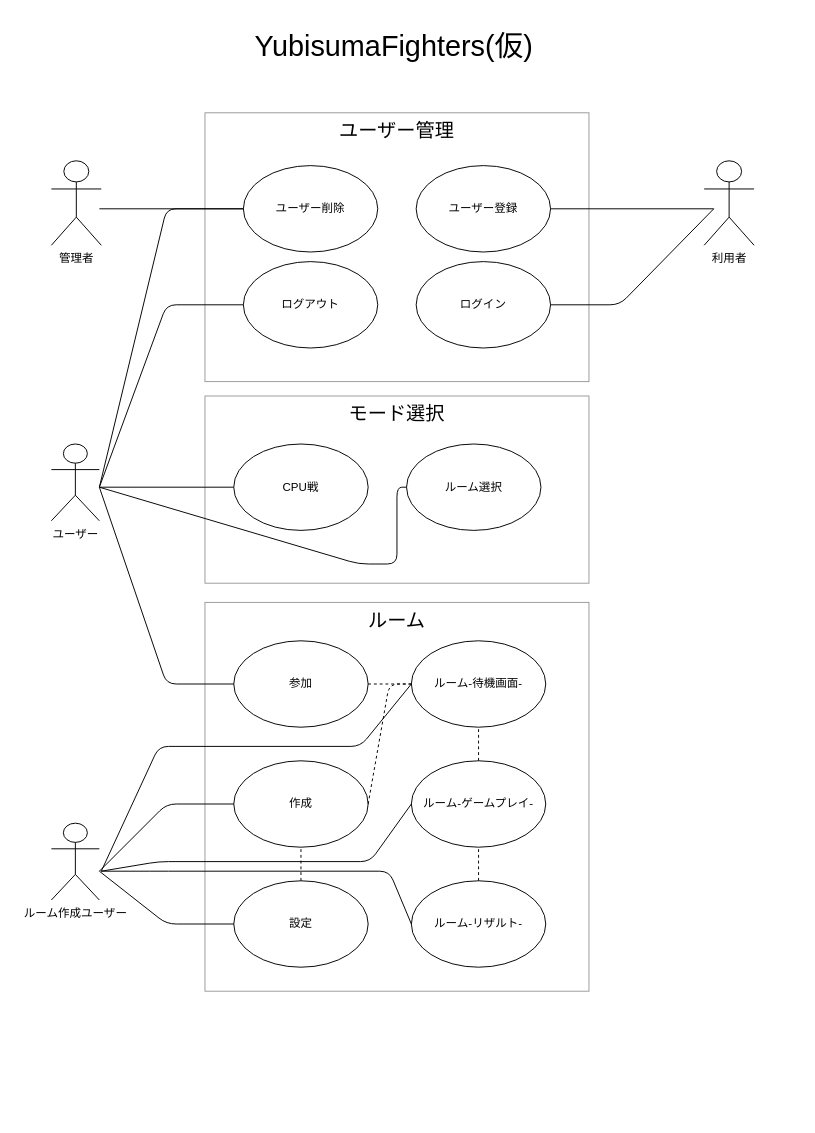
The draw.io diagram page "Page-1" (1 of 2) of yubisuma.drawio in netWork2019WinterMan/netWork2019WinterMan, before the edit. Source tidied: cells renumbered, new cells numbered last; positions are measured from the earlier drawing's top-left corner, leaving out a move shared by most shapes. Both pictures are drawn from the tidied source at 96%, with x=0, y=0 at pixel (51, 26).
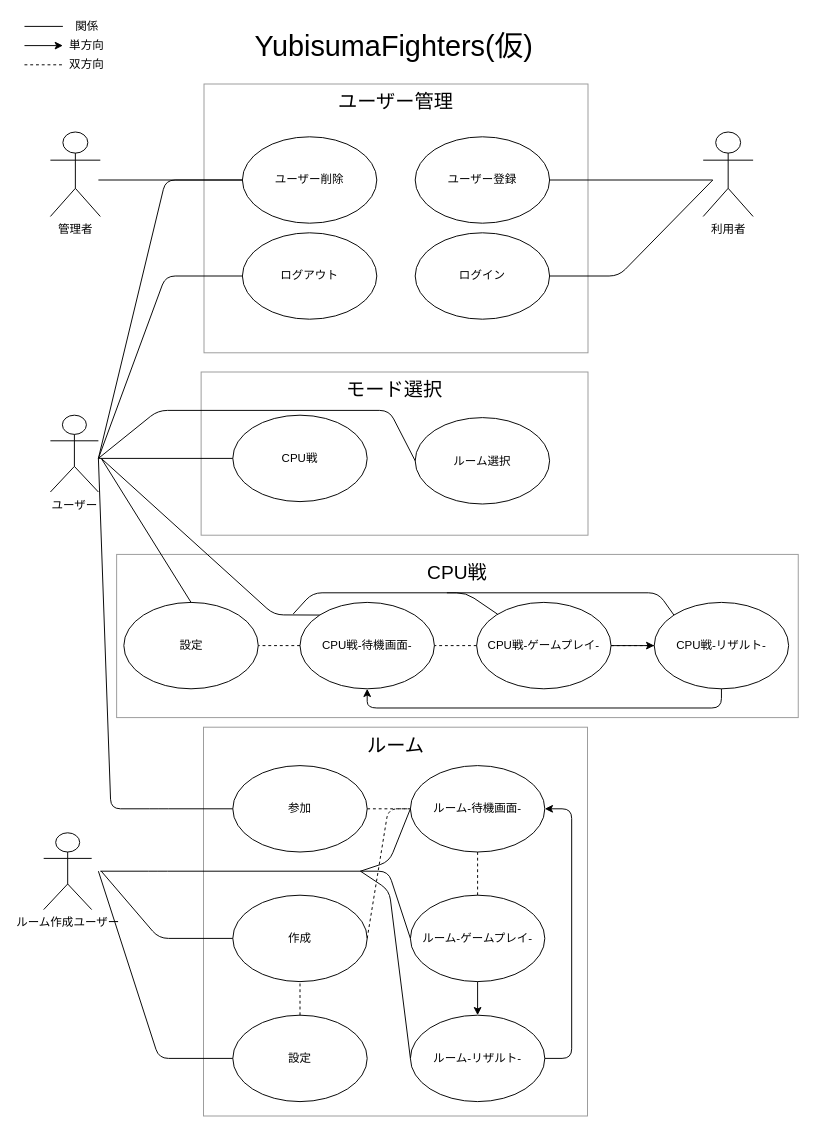
After the change.

Commit message:
追加された yubisuma.drawio

Change to the diagram source:
```diff
@@
     <mxCell id="2" value="&lt;font style=&quot;font-size: 20px&quot;&gt;ユーザー管理&lt;/font&gt;" style="rounded=0;whiteSpace=wrap;html=1;align=center;opacity=40;verticalAlign=top;" parent="1" vertex="1">
-      <mxGeometry x="160" y="90" width="400" height="280" as="geometry" />
+      <mxGeometry x="159" y="60" width="400" height="280" as="geometry" />
     </mxCell>
     <mxCell id="3" value="ログイン" style="ellipse;whiteSpace=wrap;html=1;" parent="1" vertex="1">
-      <mxGeometry x="380" y="245" width="140" height="90" as="geometry" />
+      <mxGeometry x="379" y="215" width="140" height="90" as="geometry" />
     </mxCell>
     <mxCell id="4" value="ログアウト" style="ellipse;whiteSpace=wrap;html=1;" parent="1" vertex="1">
-      <mxGeometry x="200" y="245" width="140" height="90" as="geometry" />
+      <mxGeometry x="199" y="215" width="140" height="90" as="geometry" />
     </mxCell>
     <mxCell id="5" value="ユーザー登録" style="ellipse;whiteSpace=wrap;html=1;" parent="1" vertex="1">
-      <mxGeometry x="380" y="145" width="140" height="90" as="geometry" />
+      <mxGeometry x="379" y="115" width="140" height="90" as="geometry" />
     </mxCell>
     <mxCell id="6" style="endArrow=none;html=1;entryX=0;entryY=0.5;entryDx=0;entryDy=0;" parent="1" edge="1" target="4">
       <mxGeometry relative="1" as="geometry">
-        <mxPoint x="50" y="480" as="sourcePoint" />
+        <mxPoint x="49" y="450" as="sourcePoint" />
         <Array as="points">
-          <mxPoint x="120" y="290" />
+          <mxPoint x="119" y="260" />
         </Array>
       </mxGeometry>
     </mxCell>
     <mxCell id="7" value="利用者" style="shape=umlActor;verticalLabelPosition=bottom;labelBackgroundColor=#ffffff;verticalAlign=top;html=1;" parent="1" vertex="1">
-      <mxGeometry x="680" y="140" width="52" height="88" as="geometry" />
+      <mxGeometry x="679" y="110" width="52" height="88" as="geometry" />
     </mxCell>
     <mxCell id="8" style="endArrow=none;html=1;entryX=1;entryY=0.5;entryDx=0;entryDy=0;" parent="1" edge="1" target="5">
       <mxGeometry relative="1" as="geometry">
-        <mxPoint x="690" y="190" as="sourcePoint" />
+        <mxPoint x="689" y="160" as="sourcePoint" />
       </mxGeometry>
     </mxCell>
     <mxCell id="9" style="endArrow=none;html=1;entryX=1;entryY=0.5;entryDx=0;entryDy=0;" parent="1" edge="1" target="3">
       <mxGeometry relative="1" as="geometry">
-        <mxPoint x="690" y="190" as="sourcePoint" />
+        <mxPoint x="689" y="160" as="sourcePoint" />
         <Array as="points">
-          <mxPoint x="592" y="290" />
+          <mxPoint x="591" y="260" />
         </Array>
       </mxGeometry>
     </mxCell>
     <mxCell id="10" value="ユーザー削除" style="ellipse;whiteSpace=wrap;html=1;" parent="1" vertex="1">
-      <mxGeometry x="200" y="145" width="140" height="90" as="geometry" />
+      <mxGeometry x="199" y="115" width="140" height="90" as="geometry" />
     </mxCell>
     <mxCell id="11" style="endArrow=none;html=1;entryX=0;entryY=0.5;entryDx=0;entryDy=0;" parent="1" edge="1" target="10">
       <mxGeometry relative="1" as="geometry">
-        <mxPoint x="50" y="480" as="sourcePoint" />
+        <mxPoint x="49" y="450" as="sourcePoint" />
         <Array as="points">
-          <mxPoint x="120" y="190" />
+          <mxPoint x="119" y="160" />
         </Array>
       </mxGeometry>
     </mxCell>
@@
     <mxCell id="13" value="ユーザー" style="shape=umlActor;verticalLabelPosition=bottom;labelBackgroundColor=#ffffff;verticalAlign=top;html=1;" parent="1" vertex="1">
-      <mxGeometry y="435" width="50" height="80" as="geometry" />
+      <mxGeometry x="-1" y="405" width="50" height="80" as="geometry" />
     </mxCell>
     <mxCell id="14" value="&lt;span style=&quot;font-size: 20px&quot;&gt;モード選択&lt;/span&gt;" style="rounded=0;whiteSpace=wrap;html=1;align=center;opacity=40;verticalAlign=top;" parent="1" vertex="1">
-      <mxGeometry x="160" y="385" width="400" height="195" as="geometry" />
+      <mxGeometry x="156" y="360" width="403" height="170" as="geometry" />
     </mxCell>
     <mxCell id="15" value="ルーム選択" style="ellipse;whiteSpace=wrap;html=1;" parent="1" vertex="1">
-      <mxGeometry x="370" y="435" width="140" height="90" as="geometry" />
+      <mxGeometry x="379" y="407.5" width="140" height="90" as="geometry" />
     </mxCell>
     <mxCell id="16" value="CPU戦" style="ellipse;whiteSpace=wrap;html=1;" parent="1" vertex="1">
-      <mxGeometry x="190" y="435" width="140" height="90" as="geometry" />
+      <mxGeometry x="189" y="405" width="140" height="90" as="geometry" />
     </mxCell>
     <mxCell id="17" style="endArrow=none;html=1;entryX=0;entryY=0.5;entryDx=0;entryDy=0;" parent="1" edge="1" target="16">
       <mxGeometry relative="1" as="geometry">
-        <mxPoint x="50" y="480" as="sourcePoint" />
+        <mxPoint x="49" y="450" as="sourcePoint" />
       </mxGeometry>
     </mxCell>
     <mxCell id="18" value="管理者" style="shape=umlActor;verticalLabelPosition=bottom;labelBackgroundColor=#ffffff;verticalAlign=top;html=1;" parent="1" vertex="1">
-      <mxGeometry y="140" width="52" height="88" as="geometry" />
+      <mxGeometry x="-1" y="110" width="52" height="88" as="geometry" />
     </mxCell>
-    <mxCell id="19" style="endArrow=none;html=1;" parent="1" edge="1">
+    <mxCell id="19" style="endArrow=none;html=1;exitX=0;exitY=0.5;exitDx=0;exitDy=0;" parent="1" edge="1" source="15">
       <mxGeometry relative="1" as="geometry">
-        <mxPoint x="370" y="480" as="sourcePoint" />
-        <mxPoint x="50" y="480" as="targetPoint" />
+        <mxPoint x="49" y="450" as="targetPoint" />
         <Array as="points">
-          <mxPoint x="360" y="480" />
-          <mxPoint x="360" y="560" />
-          <mxPoint x="320" y="560" />
+          <mxPoint x="352" y="400" />
+          <mxPoint x="111" y="400" />
         </Array>
       </mxGeometry>
     </mxCell>
     <mxCell id="20" style="endArrow=none;html=1;entryX=0;entryY=0.5;entryDx=0;entryDy=0;" parent="1" edge="1" target="10">
       <mxGeometry relative="1" as="geometry">
-        <mxPoint x="50" y="190" as="sourcePoint" />
+        <mxPoint x="49" y="160" as="sourcePoint" />
       </mxGeometry>
     </mxCell>
     <mxCell id="21" value="&lt;span style=&quot;font-size: 20px&quot;&gt;ルーム&lt;/span&gt;" style="rounded=0;whiteSpace=wrap;html=1;align=center;opacity=40;verticalAlign=top;" parent="1" vertex="1">
-      <mxGeometry x="160" y="600" width="400" height="405" as="geometry" />
+      <mxGeometry x="158.5" y="730" width="400" height="405" as="geometry" />
     </mxCell>
     <mxCell id="22" value="作成" style="ellipse;whiteSpace=wrap;html=1;" parent="1" vertex="1">
-      <mxGeometry x="190" y="765" width="140" height="90" as="geometry" />
+      <mxGeometry x="189" y="905" width="140" height="90" as="geometry" />
     </mxCell>
     <mxCell id="23" value="参加" style="ellipse;whiteSpace=wrap;html=1;" parent="1" vertex="1">
-      <mxGeometry x="190" y="640" width="140" height="90" as="geometry" />
+      <mxGeometry x="189" y="770" width="140" height="90" as="geometry" />
     </mxCell>
     <mxCell id="24" style="endArrow=none;html=1;entryX=0;entryY=0.5;entryDx=0;entryDy=0;" parent="1" edge="1" target="23">
       <mxGeometry relative="1" as="geometry">
-        <mxPoint x="50" y="480" as="sourcePoint" />
+        <mxPoint x="49" y="450" as="sourcePoint" />
         <Array as="points">
-          <mxPoint x="120" y="685" />
+          <mxPoint x="62" y="815" />
+          <mxPoint x="112" y="815" />
         </Array>
       </mxGeometry>
     </mxCell>
     <mxCell id="25" value="ルーム作成ユーザー" style="shape=umlActor;verticalLabelPosition=bottom;labelBackgroundColor=#ffffff;verticalAlign=top;html=1;" parent="1" vertex="1">
-      <mxGeometry y="830" width="50" height="80" as="geometry" />
+      <mxGeometry x="-8" y="840" width="50" height="80" as="geometry" />
     </mxCell>
     <mxCell id="26" style="endArrow=none;html=1;entryX=0;entryY=0.5;entryDx=0;entryDy=0;" parent="1" edge="1" target="22">
       <mxGeometry relative="1" as="geometry">
-        <mxPoint x="50" y="880" as="sourcePoint" />
+        <mxPoint x="52" y="880" as="sourcePoint" />
         <Array as="points">
-          <mxPoint x="120" y="810" />
+          <mxPoint x="112" y="950" />
         </Array>
       </mxGeometry>
     </mxCell>
     <mxCell id="27" value="設定" style="ellipse;whiteSpace=wrap;html=1;" parent="1" vertex="1">
-      <mxGeometry x="190" y="890" width="140" height="90" as="geometry" />
+      <mxGeometry x="189" y="1030" width="140" height="90" as="geometry" />
     </mxCell>
     <mxCell id="28" style="endArrow=none;html=1;exitX=0;exitY=0.5;exitDx=0;exitDy=0;" parent="1" edge="1" source="27">
       <mxGeometry relative="1" as="geometry">
-        <mxPoint x="50" y="880" as="targetPoint" />
+        <mxPoint x="49" y="880" as="targetPoint" />
         <Array as="points">
-          <mxPoint x="120" y="935" />
+          <mxPoint x="112" y="1075" />
         </Array>
       </mxGeometry>
     </mxCell>
     <mxCell id="29" value="ルーム-待機画面-" style="ellipse;whiteSpace=wrap;html=1;" parent="1" vertex="1">
-      <mxGeometry x="375" y="640" width="140" height="90" as="geometry" />
+      <mxGeometry x="374" y="770" width="140" height="90" as="geometry" />
     </mxCell>
     <mxCell id="30" style="endArrow=none;dashed=1;html=1;exitX=1;exitY=0.5;exitDx=0;exitDy=0;entryX=0;entryY=0.5;entryDx=0;entryDy=0;" parent="1" edge="1" source="22" target="29">
       <mxGeometry relative="1" as="geometry">
         <Array as="points">
-          <mxPoint x="352" y="685" />
+          <mxPoint x="351" y="815" />
         </Array>
       </mxGeometry>
     </mxCell>
@@
     <mxCell id="33" value="ルーム-ゲームプレイ-" style="ellipse;whiteSpace=wrap;html=1;" parent="1" vertex="1">
-      <mxGeometry x="375" y="765" width="140" height="90" as="geometry" />
+      <mxGeometry x="374" y="905" width="140" height="90" as="geometry" />
     </mxCell>
     <mxCell id="34" value="ルーム-リザルト-" style="ellipse;whiteSpace=wrap;html=1;" parent="1" vertex="1">
-      <mxGeometry x="375" y="890" width="140" height="90" as="geometry" />
+      <mxGeometry x="374" y="1030" width="140" height="90" as="geometry" />
     </mxCell>
@@
-    <mxCell id="36" style="endArrow=none;dashed=1;html=1;entryX=0.5;entryY=1;entryDx=0;entryDy=0;exitX=0.5;exitY=0;exitDx=0;exitDy=0;" parent="1" edge="1" source="34" target="33">
-      <mxGeometry relative="1" as="geometry" />
-    </mxCell>
     <mxCell id="37" style="endArrow=none;html=1;entryX=0;entryY=0.5;entryDx=0;entryDy=0;" parent="1" edge="1" target="29">
       <mxGeometry relative="1" as="geometry">
-        <mxPoint x="52" y="880" as="sourcePoint" />
+        <mxPoint x="322" y="880" as="sourcePoint" />
         <Array as="points">
-          <mxPoint x="112" y="750" />
-          <mxPoint x="322" y="750" />
+          <mxPoint x="352" y="870" />
         </Array>
       </mxGeometry>
     </mxCell>
     <mxCell id="38" style="endArrow=none;html=1;entryX=0;entryY=0.5;entryDx=0;entryDy=0;" parent="1" edge="1" target="33">
       <mxGeometry relative="1" as="geometry">
-        <mxPoint x="52" y="880" as="sourcePoint" />
+        <mxPoint x="51" y="880" as="sourcePoint" />
         <Array as="points">
-          <mxPoint x="112" y="870" />
-          <mxPoint x="332" y="870" />
+          <mxPoint x="111" y="880" />
+          <mxPoint x="351" y="880" />
         </Array>
       </mxGeometry>
     </mxCell>
     <mxCell id="39" style="endArrow=none;html=1;entryX=0;entryY=0.5;entryDx=0;entryDy=0;" parent="1" edge="1" target="34">
       <mxGeometry relative="1" as="geometry">
-        <mxPoint x="52" y="880" as="sourcePoint" />
+        <mxPoint x="322" y="880" as="sourcePoint" />
         <Array as="points">
-          <mxPoint x="112" y="880" />
-          <mxPoint x="352" y="880" />
+          <mxPoint x="352" y="900" />
         </Array>
       </mxGeometry>
     </mxCell>
+    <mxCell id="40" value="&lt;span style=&quot;font-size: 20px&quot;&gt;CPU戦&lt;/span&gt;" style="rounded=0;whiteSpace=wrap;html=1;align=center;opacity=40;verticalAlign=top;" parent="1" vertex="1">
+      <mxGeometry x="68" y="550" width="710" height="170" as="geometry" />
+    </mxCell>
+    <mxCell id="41" value="CPU戦-待機画面-" style="ellipse;whiteSpace=wrap;html=1;" parent="1" vertex="1">
+      <mxGeometry x="259" y="600" width="140" height="90" as="geometry" />
+    </mxCell>
+    <mxCell id="42" value="CPU戦-ゲームプレイ-" style="ellipse;whiteSpace=wrap;html=1;" parent="1" vertex="1">
+      <mxGeometry x="443" y="600" width="140" height="90" as="geometry" />
+    </mxCell>
+    <mxCell id="43" value="CPU戦-リザルト-" style="ellipse;whiteSpace=wrap;html=1;" parent="1" vertex="1">
+      <mxGeometry x="628" y="600" width="140" height="90" as="geometry" />
+    </mxCell>
+    <mxCell id="44" style="endArrow=none;dashed=1;html=1;entryX=1;entryY=0.5;entryDx=0;entryDy=0;exitX=0;exitY=0.5;exitDx=0;exitDy=0;" parent="1" edge="1" source="42" target="41">
+      <mxGeometry relative="1" as="geometry" />
+    </mxCell>
+    <mxCell id="45" style="endArrow=none;dashed=1;html=1;exitX=0;exitY=0.5;exitDx=0;exitDy=0;entryX=1;entryY=0.5;entryDx=0;entryDy=0;" parent="1" edge="1" source="43" target="42">
+      <mxGeometry relative="1" as="geometry" />
+    </mxCell>
+    <mxCell id="46" value="設定" style="ellipse;whiteSpace=wrap;html=1;" parent="1" vertex="1">
+      <mxGeometry x="75.5" y="600" width="140" height="90" as="geometry" />
+    </mxCell>
+    <mxCell id="47" style="endArrow=none;dashed=1;html=1;entryX=1;entryY=0.5;entryDx=0;entryDy=0;exitX=0;exitY=0.5;exitDx=0;exitDy=0;" parent="1" edge="1" source="41" target="46">
+      <mxGeometry relative="1" as="geometry" />
+    </mxCell>
+    <mxCell id="48" style="endArrow=classic;html=1;exitX=0.5;exitY=1;exitDx=0;exitDy=0;" parent="1" edge="1" source="33" target="34">
+      <mxGeometry relative="1" as="geometry" />
+    </mxCell>
+    <mxCell id="49" style="endArrow=classic;html=1;exitX=1;exitY=0.5;exitDx=0;exitDy=0;entryX=1;entryY=0.5;entryDx=0;entryDy=0;" parent="1" edge="1" source="34" target="29">
+      <mxGeometry relative="1" as="geometry">
+        <Array as="points">
+          <mxPoint x="542" y="1075" />
+          <mxPoint x="542" y="815" />
+        </Array>
+      </mxGeometry>
+    </mxCell>
+    <mxCell id="50" style="endArrow=classic;html=1;exitX=1;exitY=0.5;exitDx=0;exitDy=0;entryX=0;entryY=0.5;entryDx=0;entryDy=0;" parent="1" edge="1" source="42" target="43">
+      <mxGeometry relative="1" as="geometry" />
+    </mxCell>
+    <mxCell id="51" style="endArrow=none;html=1;entryX=0.5;entryY=0;entryDx=0;entryDy=0;" parent="1" edge="1" target="46">
+      <mxGeometry relative="1" as="geometry">
+        <mxPoint x="52" y="450" as="sourcePoint" />
+      </mxGeometry>
+    </mxCell>
+    <mxCell id="52" style="endArrow=none;html=1;entryX=0;entryY=0;entryDx=0;entryDy=0;" parent="1" edge="1" target="41">
+      <mxGeometry relative="1" as="geometry">
+        <mxPoint x="52" y="450" as="sourcePoint" />
+        <Array as="points">
+          <mxPoint x="232" y="613" />
+        </Array>
+      </mxGeometry>
+    </mxCell>
+    <mxCell id="53" style="endArrow=none;html=1;" parent="1" edge="1" source="42">
+      <mxGeometry relative="1" as="geometry">
+        <mxPoint x="252" y="612" as="targetPoint" />
+        <Array as="points">
+          <mxPoint x="432" y="590" />
+          <mxPoint x="272" y="590" />
+        </Array>
+      </mxGeometry>
+    </mxCell>
+    <mxCell id="54" style="endArrow=classic;html=1;exitX=0.5;exitY=1;exitDx=0;exitDy=0;entryX=0.5;entryY=1;entryDx=0;entryDy=0;" parent="1" edge="1" source="43" target="41">
+      <mxGeometry relative="1" as="geometry">
+        <Array as="points">
+          <mxPoint x="698" y="710" />
+          <mxPoint x="329" y="710" />
+        </Array>
+      </mxGeometry>
+    </mxCell>
+    <mxCell id="55" style="endArrow=none;html=1;entryX=0;entryY=0;entryDx=0;entryDy=0;" parent="1" edge="1" target="43">
+      <mxGeometry relative="1" as="geometry">
+        <mxPoint x="412" y="590" as="sourcePoint" />
+        <Array as="points">
+          <mxPoint x="632" y="590" />
+        </Array>
+      </mxGeometry>
+    </mxCell>
+    <mxCell id="56" style="endArrow=none;dashed=1;html=1;" parent="1" edge="1">
+      <mxGeometry relative="1" as="geometry">
+        <mxPoint x="-28" y="40" as="sourcePoint" />
+        <mxPoint x="12" y="40" as="targetPoint" />
+      </mxGeometry>
+    </mxCell>
+    <mxCell id="57" style="endArrow=classic;html=1;" parent="1" edge="1">
+      <mxGeometry relative="1" as="geometry">
+        <mxPoint x="-28" y="20" as="sourcePoint" />
+        <mxPoint x="12" y="20" as="targetPoint" />
+      </mxGeometry>
+    </mxCell>
+    <mxCell id="58" value="双方向" style="text;html=1;strokeColor=none;fillColor=none;align=center;verticalAlign=middle;whiteSpace=wrap;rounded=0;" parent="1" vertex="1">
+      <mxGeometry x="17" y="30" width="40" height="20" as="geometry" />
+    </mxCell>
+    <mxCell id="59" value="単方向" style="text;html=1;strokeColor=none;fillColor=none;align=center;verticalAlign=middle;whiteSpace=wrap;rounded=0;" parent="1" vertex="1">
+      <mxGeometry x="17" y="10" width="40" height="20" as="geometry" />
+    </mxCell>
+    <mxCell id="60" style="endArrow=none;html=1;" parent="1" edge="1">
+      <mxGeometry relative="1" as="geometry">
+        <mxPoint x="12" as="sourcePoint" />
+        <mxPoint x="-28" as="targetPoint" />
+      </mxGeometry>
+    </mxCell>
+    <mxCell id="61" value="関係" style="text;html=1;strokeColor=none;fillColor=none;align=center;verticalAlign=middle;whiteSpace=wrap;rounded=0;" parent="1" vertex="1">
+      <mxGeometry x="14.5" y="-10" width="45" height="20" as="geometry" />
+    </mxCell>
```
